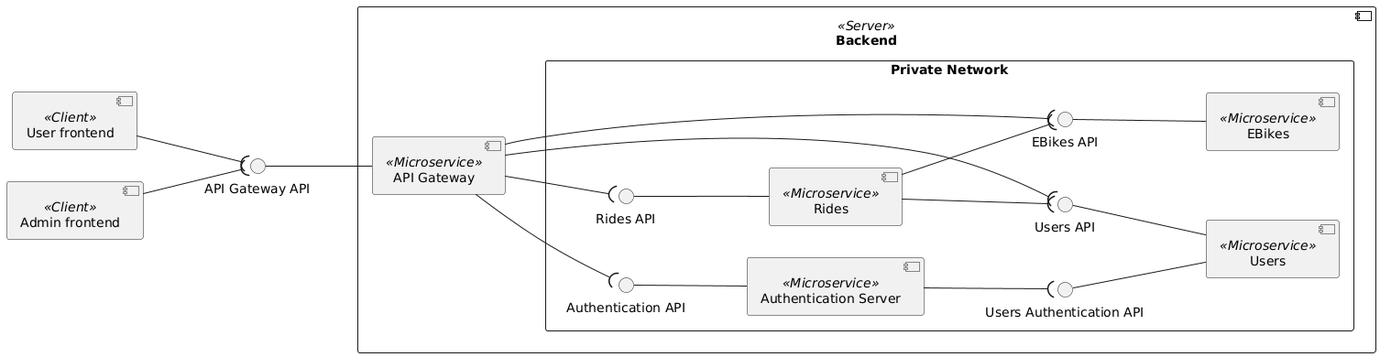
Ventus218/SAP-assignment-02 keeps this PlantUML diagram as doc/diagrams/components.png. Above is the earlier version. The source it was exported from:
```plantuml
@startuml components

left to right direction

component "User frontend" as UserFE <<Client>>
component "Admin frontend" as AdminFE <<Client>>

component Backend <<Server>> {
    component "API Gateway" as APIGateway <<Microservice>>

    rectangle "Private Network" {
        component "EBikes" as EBikes <<Microservice>>
        interface "EBikes API" as EBikesAPI
        APIGateway --( EBikesAPI
        EBikes -u-() EBikesAPI

        component "Users" as Users <<Microservice>>
        interface "Users API" as UsersAPI
        APIGateway --( UsersAPI
        Users -u-() UsersAPI
        Users -u-() UserAuthAPI

        component "Rides" as Rides <<Microservice>>
        interface "Rides API" as RidesAPI
        APIGateway --( RidesAPI
        Rides -u-() RidesAPI
        Rides --( UsersAPI
        Rides --( EBikesAPI

        component "Authentication Server" as AuthServer <<Microservice>>
        interface "Authentication API" as AuthAPI
        APIGateway --( AuthAPI
        AuthServer -u-() AuthAPI

        interface "Users Authentication API" as UserAuthAPI
        AuthServer --( UserAuthAPI
    }
}

APIGateway -u-() "API Gateway API"
UserFE --( "API Gateway API"
AdminFE --( "API Gateway API"

@enduml
```
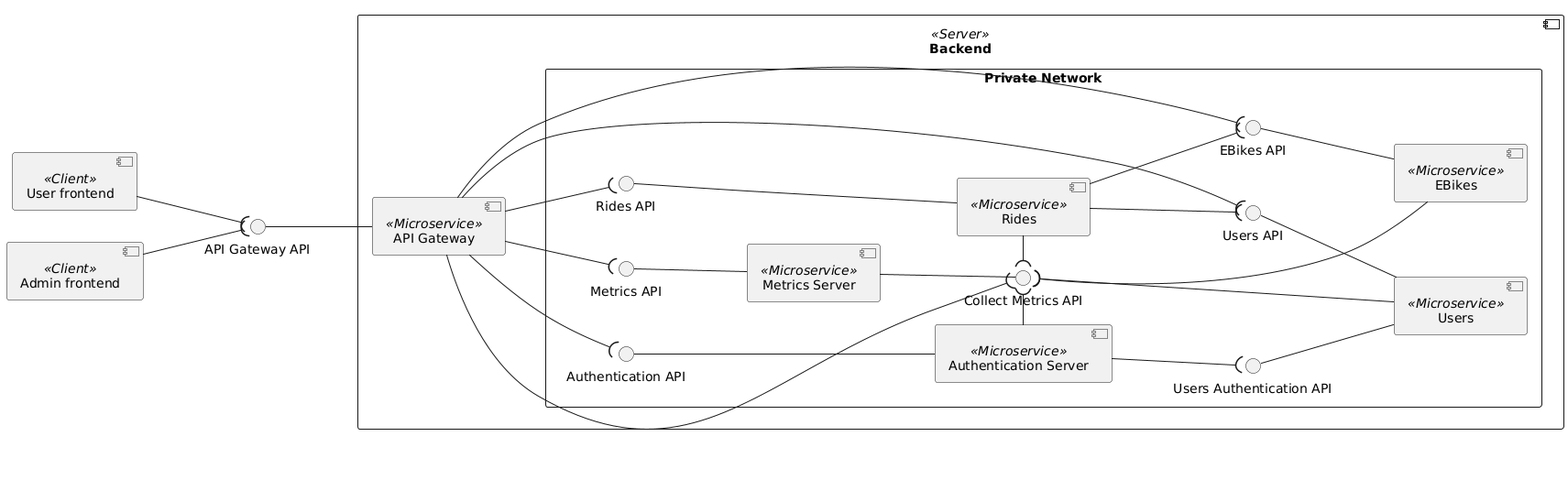
After the commit.

The edit, as a diff of the source:
```diff
@@ -6,34 +6,51 @@
 component "Admin frontend" as AdminFE <<Client>>
 
 component Backend <<Server>> {
-    component "API Gateway" as APIGateway <<Microservice>>
+    component "API Gateway" <<Microservice>> as APIGateway
 
     rectangle "Private Network" {
-        component "EBikes" as EBikes <<Microservice>>
+        component "Metrics Server" <<Microservice>> as MetricsServer
+        interface "Metrics API" as MetricsAPI
+        interface "Collect Metrics API" as CollectMetricsAPI
+
+        component "EBikes" <<Microservice>> as EBikes
         interface "EBikes API" as EBikesAPI
+
+        component "Users" <<Microservice>> as Users
+        interface "Users API" as UsersAPI
+
+        component "Rides" <<Microservice>> as Rides
+        interface "Rides API" as RidesAPI
+
+        component "Authentication Server" <<Microservice>> as AuthServer
+        interface "Authentication API" as AuthAPI
+        interface "Users Authentication API" as UserAuthAPI
+
+        APIGateway --( MetricsAPI
+        APIGateway --( CollectMetricsAPI
+        MetricsServer -u-() MetricsAPI
+
+        MetricsServer --() CollectMetricsAPI
+
         APIGateway --( EBikesAPI
         EBikes -u-() EBikesAPI
+        EBikes -u-( CollectMetricsAPI
 
-        component "Users" as Users <<Microservice>>
-        interface "Users API" as UsersAPI
         APIGateway --( UsersAPI
         Users -u-() UsersAPI
         Users -u-() UserAuthAPI
+        Users -u-( CollectMetricsAPI
 
-        component "Rides" as Rides <<Microservice>>
-        interface "Rides API" as RidesAPI
         APIGateway --( RidesAPI
-        Rides -u-() RidesAPI
+        Rides --u-() RidesAPI
         Rides --( UsersAPI
         Rides --( EBikesAPI
+        Rides -l-( CollectMetricsAPI
 
-        component "Authentication Server" as AuthServer <<Microservice>>
-        interface "Authentication API" as AuthAPI
         APIGateway --( AuthAPI
-        AuthServer -u-() AuthAPI
-
-        interface "Users Authentication API" as UserAuthAPI
+        AuthServer --u-() AuthAPI
         AuthServer --( UserAuthAPI
+        AuthServer -r-( CollectMetricsAPI
     }
 }
 
```
